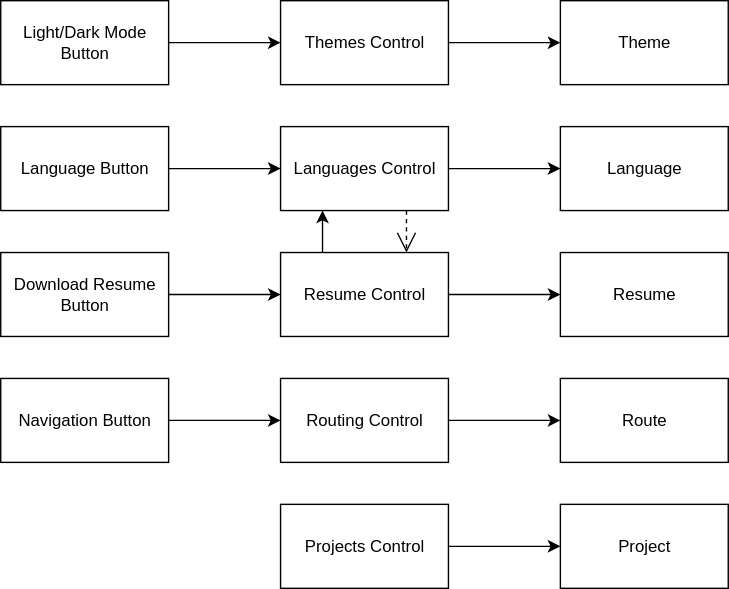
larr97/portfolio-project keeps this draw.io diagram as documents/ObjectAssociationsDiagram.svg. Above is the earlier version. Source tidied: cells renumbered, new cells last; positions are measured from the earlier drawing's top-left corner, leaving out a move shared by most shapes. Source of this version:
```xml
<mxGraphModel>
  <root>
    <mxCell id="0" />
    <mxCell id="1" parent="0" />
    <mxCell id="2" style="edgeStyle=orthogonalEdgeStyle;rounded=0;jettySize=auto;html=1;exitX=1;exitY=0.5;exitDx=0;exitDy=0;entryX=0;entryY=0.5;entryDx=0;entryDy=0;" parent="1" edge="1" source="3" target="5">
      <mxGeometry relative="1" as="geometry" />
    </mxCell>
    <mxCell id="3" value="Language Button" style="rounded=0;whiteSpace=wrap;html=1;" parent="1" vertex="1">
      <mxGeometry y="90" width="120" height="60" as="geometry" />
    </mxCell>
    <mxCell id="4" style="edgeStyle=orthogonalEdgeStyle;rounded=0;jettySize=auto;html=1;exitX=1;exitY=0.5;exitDx=0;exitDy=0;entryX=0;entryY=0.5;entryDx=0;entryDy=0;" parent="1" edge="1" source="5" target="6">
      <mxGeometry relative="1" as="geometry" />
    </mxCell>
    <mxCell id="5" value="Languages Control" style="rounded=0;whiteSpace=wrap;html=1;" parent="1" vertex="1">
      <mxGeometry x="200" y="90" width="120" height="60" as="geometry" />
    </mxCell>
    <mxCell id="6" value="Language" style="rounded=0;whiteSpace=wrap;html=1;" parent="1" vertex="1">
      <mxGeometry x="400" y="90" width="120" height="60" as="geometry" />
    </mxCell>
    <mxCell id="7" style="edgeStyle=orthogonalEdgeStyle;rounded=0;jettySize=auto;html=1;exitX=1;exitY=0.5;exitDx=0;exitDy=0;entryX=0;entryY=0.5;entryDx=0;entryDy=0;" parent="1" edge="1" source="8" target="10">
      <mxGeometry relative="1" as="geometry" />
    </mxCell>
    <mxCell id="8" value="Light/Dark Mode Button" style="rounded=0;whiteSpace=wrap;html=1;" parent="1" vertex="1">
      <mxGeometry width="120" height="60" as="geometry" />
    </mxCell>
    <mxCell id="9" style="edgeStyle=orthogonalEdgeStyle;rounded=0;jettySize=auto;html=1;exitX=1;exitY=0.5;exitDx=0;exitDy=0;entryX=0;entryY=0.5;entryDx=0;entryDy=0;" parent="1" edge="1" source="10" target="11">
      <mxGeometry relative="1" as="geometry" />
    </mxCell>
    <mxCell id="10" value="Themes Control" style="rounded=0;whiteSpace=wrap;html=1;" parent="1" vertex="1">
      <mxGeometry x="200" width="120" height="60" as="geometry" />
    </mxCell>
    <mxCell id="11" value="Theme" style="rounded=0;whiteSpace=wrap;html=1;" parent="1" vertex="1">
      <mxGeometry x="400" width="120" height="60" as="geometry" />
    </mxCell>
    <mxCell id="12" style="edgeStyle=orthogonalEdgeStyle;rounded=0;jettySize=auto;html=1;exitX=1;exitY=0.5;exitDx=0;exitDy=0;entryX=0;entryY=0.5;entryDx=0;entryDy=0;" parent="1" edge="1" source="13" target="16">
      <mxGeometry relative="1" as="geometry" />
    </mxCell>
    <mxCell id="13" value="Download Resume Button" style="rounded=0;whiteSpace=wrap;html=1;" parent="1" vertex="1">
      <mxGeometry y="180" width="120" height="60" as="geometry" />
    </mxCell>
    <mxCell id="14" style="edgeStyle=orthogonalEdgeStyle;rounded=0;jettySize=auto;html=1;exitX=1;exitY=0.5;exitDx=0;exitDy=0;entryX=0;entryY=0.5;entryDx=0;entryDy=0;" parent="1" edge="1" source="16" target="17">
      <mxGeometry relative="1" as="geometry" />
    </mxCell>
    <mxCell id="15" style="edgeStyle=orthogonalEdgeStyle;rounded=0;jettySize=auto;html=1;exitX=0.25;exitY=0;exitDx=0;exitDy=0;entryX=0.25;entryY=1;entryDx=0;entryDy=0;" parent="1" edge="1" source="16" target="5">
      <mxGeometry relative="1" as="geometry" />
    </mxCell>
    <mxCell id="16" value="Resume&amp;nbsp;&lt;span style=&quot;background-color: transparent; color: light-dark(rgb(0, 0, 0), rgb(255, 255, 255));&quot;&gt;Control&lt;/span&gt;" style="rounded=0;whiteSpace=wrap;html=1;" parent="1" vertex="1">
      <mxGeometry x="200" y="180" width="120" height="60" as="geometry" />
    </mxCell>
    <mxCell id="17" value="Resume" style="rounded=0;whiteSpace=wrap;html=1;" parent="1" vertex="1">
      <mxGeometry x="400" y="180" width="120" height="60" as="geometry" />
    </mxCell>
    <mxCell id="18" style="edgeStyle=orthogonalEdgeStyle;rounded=0;jettySize=auto;html=1;exitX=1;exitY=0.5;exitDx=0;exitDy=0;entryX=0;entryY=0.5;entryDx=0;entryDy=0;" parent="1" edge="1" source="19" target="21">
      <mxGeometry relative="1" as="geometry" />
    </mxCell>
    <mxCell id="19" value="Navigation Button" style="rounded=0;whiteSpace=wrap;html=1;" parent="1" vertex="1">
      <mxGeometry y="270" width="120" height="60" as="geometry" />
    </mxCell>
    <mxCell id="20" style="edgeStyle=orthogonalEdgeStyle;rounded=0;jettySize=auto;html=1;exitX=1;exitY=0.5;exitDx=0;exitDy=0;entryX=0;entryY=0.5;entryDx=0;entryDy=0;" parent="1" edge="1" source="21" target="22">
      <mxGeometry relative="1" as="geometry" />
    </mxCell>
    <mxCell id="21" value="Routing Control" style="rounded=0;whiteSpace=wrap;html=1;" parent="1" vertex="1">
      <mxGeometry x="200" y="270" width="120" height="60" as="geometry" />
    </mxCell>
    <mxCell id="22" value="Route" style="rounded=0;whiteSpace=wrap;html=1;" parent="1" vertex="1">
      <mxGeometry x="400" y="270" width="120" height="60" as="geometry" />
    </mxCell>
    <mxCell id="23" style="edgeStyle=orthogonalEdgeStyle;rounded=0;jettySize=auto;html=1;exitX=1;exitY=0.5;exitDx=0;exitDy=0;entryX=0;entryY=0.5;entryDx=0;entryDy=0;" parent="1" edge="1" source="24" target="25">
      <mxGeometry relative="1" as="geometry" />
    </mxCell>
    <mxCell id="24" value="Projects Control" style="rounded=0;whiteSpace=wrap;html=1;" parent="1" vertex="1">
      <mxGeometry x="200" y="360" width="120" height="60" as="geometry" />
    </mxCell>
    <mxCell id="25" value="Project" style="rounded=0;whiteSpace=wrap;html=1;" parent="1" vertex="1">
      <mxGeometry x="400" y="360" width="120" height="60" as="geometry" />
    </mxCell>
    <mxCell id="26" style="endArrow=open;endSize=12;dashed=1;html=1;rounded=0;exitX=0.75;exitY=1;exitDx=0;exitDy=0;entryX=0.75;entryY=0;entryDx=0;entryDy=0;" parent="1" edge="1" source="5" target="16">
      <mxGeometry relative="1" as="geometry" />
    </mxCell>
  </root>
</mxGraphModel>
```
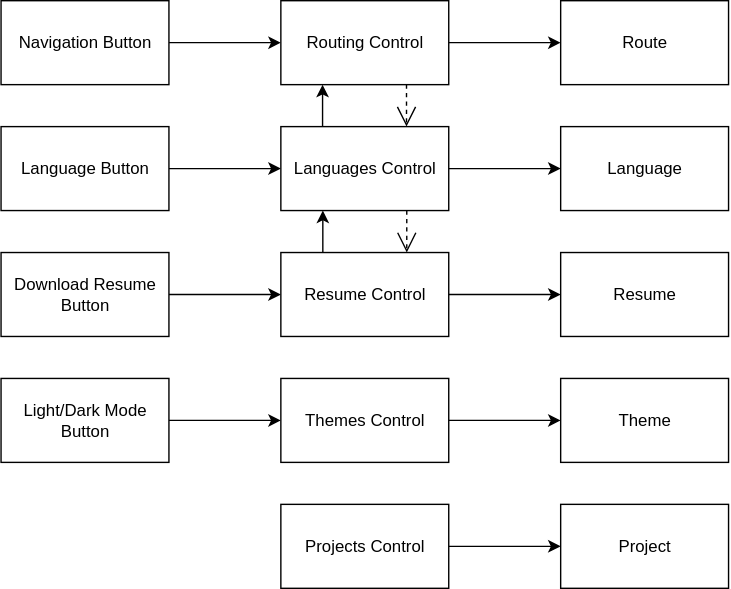
After the commit.

Commit message:
docs(rad,sdd,odd): update system design docs with routing subsystem feedback

Diff of the diagram source:
```diff
@@ -20,16 +20,16 @@
     <mxCell id="7" style="edgeStyle=orthogonalEdgeStyle;rounded=0;jettySize=auto;html=1;exitX=1;exitY=0.5;exitDx=0;exitDy=0;entryX=0;entryY=0.5;entryDx=0;entryDy=0;" parent="1" edge="1" source="8" target="10">
       <mxGeometry relative="1" as="geometry" />
     </mxCell>
-    <mxCell id="8" value="Light/Dark Mode Button" style="rounded=0;whiteSpace=wrap;html=1;" parent="1" vertex="1">
+    <mxCell id="8" value="Navigation Button" style="rounded=0;whiteSpace=wrap;html=1;" parent="1" vertex="1">
       <mxGeometry width="120" height="60" as="geometry" />
     </mxCell>
     <mxCell id="9" style="edgeStyle=orthogonalEdgeStyle;rounded=0;jettySize=auto;html=1;exitX=1;exitY=0.5;exitDx=0;exitDy=0;entryX=0;entryY=0.5;entryDx=0;entryDy=0;" parent="1" edge="1" source="10" target="11">
       <mxGeometry relative="1" as="geometry" />
     </mxCell>
-    <mxCell id="10" value="Themes Control" style="rounded=0;whiteSpace=wrap;html=1;" parent="1" vertex="1">
+    <mxCell id="10" value="Routing Control" style="rounded=0;whiteSpace=wrap;html=1;" parent="1" vertex="1">
       <mxGeometry x="200" width="120" height="60" as="geometry" />
     </mxCell>
-    <mxCell id="11" value="Theme" style="rounded=0;whiteSpace=wrap;html=1;" parent="1" vertex="1">
+    <mxCell id="11" value="Route" style="rounded=0;whiteSpace=wrap;html=1;" parent="1" vertex="1">
       <mxGeometry x="400" width="120" height="60" as="geometry" />
     </mxCell>
     <mxCell id="12" style="edgeStyle=orthogonalEdgeStyle;rounded=0;jettySize=auto;html=1;exitX=1;exitY=0.5;exitDx=0;exitDy=0;entryX=0;entryY=0.5;entryDx=0;entryDy=0;" parent="1" edge="1" source="13" target="16">
@@ -53,16 +53,16 @@
     <mxCell id="18" style="edgeStyle=orthogonalEdgeStyle;rounded=0;jettySize=auto;html=1;exitX=1;exitY=0.5;exitDx=0;exitDy=0;entryX=0;entryY=0.5;entryDx=0;entryDy=0;" parent="1" edge="1" source="19" target="21">
       <mxGeometry relative="1" as="geometry" />
     </mxCell>
-    <mxCell id="19" value="Navigation Button" style="rounded=0;whiteSpace=wrap;html=1;" parent="1" vertex="1">
+    <mxCell id="19" value="Light/Dark Mode Button" style="rounded=0;whiteSpace=wrap;html=1;" parent="1" vertex="1">
       <mxGeometry y="270" width="120" height="60" as="geometry" />
     </mxCell>
     <mxCell id="20" style="edgeStyle=orthogonalEdgeStyle;rounded=0;jettySize=auto;html=1;exitX=1;exitY=0.5;exitDx=0;exitDy=0;entryX=0;entryY=0.5;entryDx=0;entryDy=0;" parent="1" edge="1" source="21" target="22">
       <mxGeometry relative="1" as="geometry" />
     </mxCell>
-    <mxCell id="21" value="Routing Control" style="rounded=0;whiteSpace=wrap;html=1;" parent="1" vertex="1">
+    <mxCell id="21" value="Themes Control" style="rounded=0;whiteSpace=wrap;html=1;" parent="1" vertex="1">
       <mxGeometry x="200" y="270" width="120" height="60" as="geometry" />
     </mxCell>
-    <mxCell id="22" value="Route" style="rounded=0;whiteSpace=wrap;html=1;" parent="1" vertex="1">
+    <mxCell id="22" value="Theme" style="rounded=0;whiteSpace=wrap;html=1;" parent="1" vertex="1">
       <mxGeometry x="400" y="270" width="120" height="60" as="geometry" />
     </mxCell>
     <mxCell id="23" style="edgeStyle=orthogonalEdgeStyle;rounded=0;jettySize=auto;html=1;exitX=1;exitY=0.5;exitDx=0;exitDy=0;entryX=0;entryY=0.5;entryDx=0;entryDy=0;" parent="1" edge="1" source="24" target="25">
@@ -77,5 +77,17 @@
     <mxCell id="26" style="endArrow=open;endSize=12;dashed=1;html=1;rounded=0;exitX=0.75;exitY=1;exitDx=0;exitDy=0;entryX=0.75;entryY=0;entryDx=0;entryDy=0;" parent="1" edge="1" source="5" target="16">
       <mxGeometry relative="1" as="geometry" />
     </mxCell>
+    <mxCell id="27" style="edgeStyle=orthogonalEdgeStyle;rounded=0;orthogonalLoop=1;jettySize=auto;html=1;exitX=0.25;exitY=0;exitDx=0;exitDy=0;entryX=0.25;entryY=1;entryDx=0;entryDy=0;" parent="1" edge="1">
+      <mxGeometry relative="1" as="geometry">
+        <mxPoint x="229.8" y="90" as="sourcePoint" />
+        <mxPoint x="229.8" y="60" as="targetPoint" />
+      </mxGeometry>
+    </mxCell>
+    <mxCell id="28" style="endArrow=open;endSize=12;dashed=1;html=1;rounded=0;exitX=0.75;exitY=1;exitDx=0;exitDy=0;entryX=0.75;entryY=0;entryDx=0;entryDy=0;" parent="1" edge="1">
+      <mxGeometry relative="1" as="geometry">
+        <mxPoint x="289.8" y="60" as="sourcePoint" />
+        <mxPoint x="289.8" y="90" as="targetPoint" />
+      </mxGeometry>
+    </mxCell>
   </root>
 </mxGraphModel>
```
